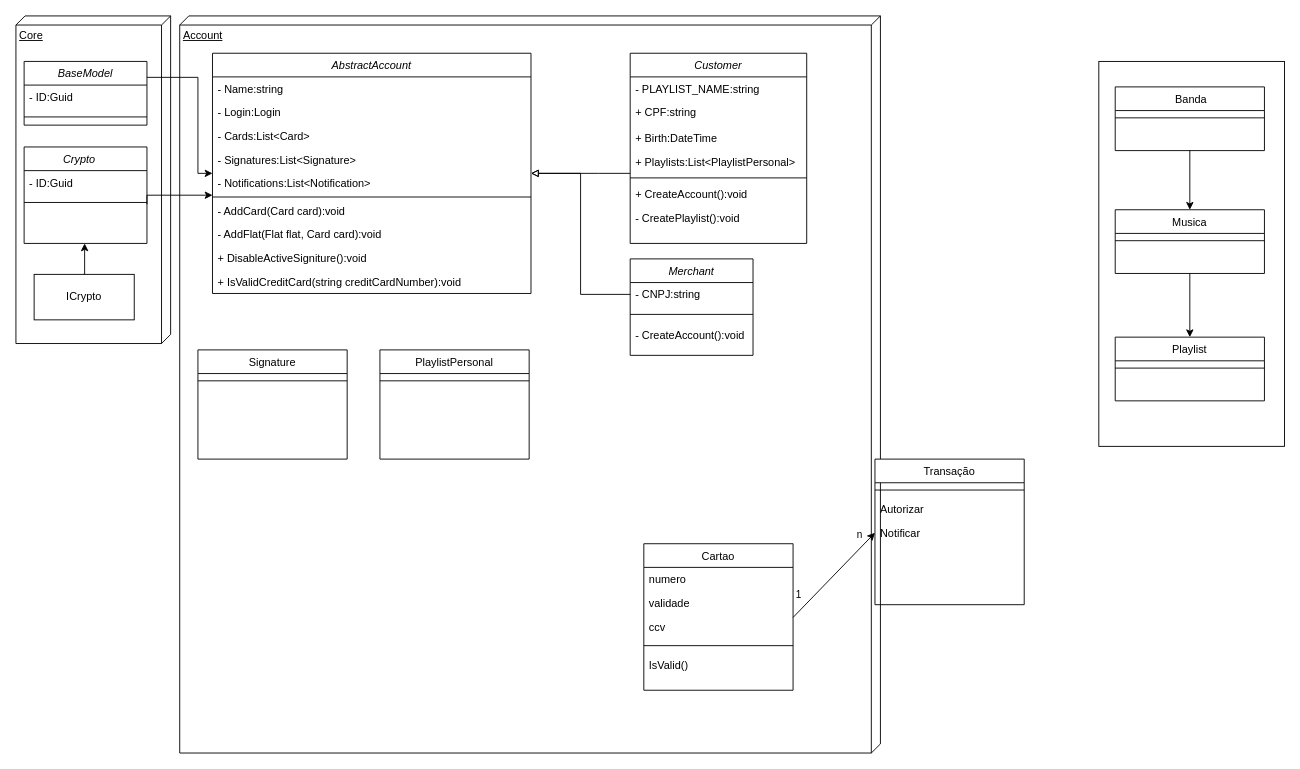
This is Class_Diagram.drawio from alexfariakof/Infnet_Tecnologia_.NET_23E4_2, a draw.io file, before an edit. Source tidied: cells renumbered, new cells numbered last; positions are measured from the earlier drawing's top-left corner, leaving out a move shared by most shapes. Both pictures are drawn from the tidied source at 91%, with x=0, y=0 at pixel (15, 15).
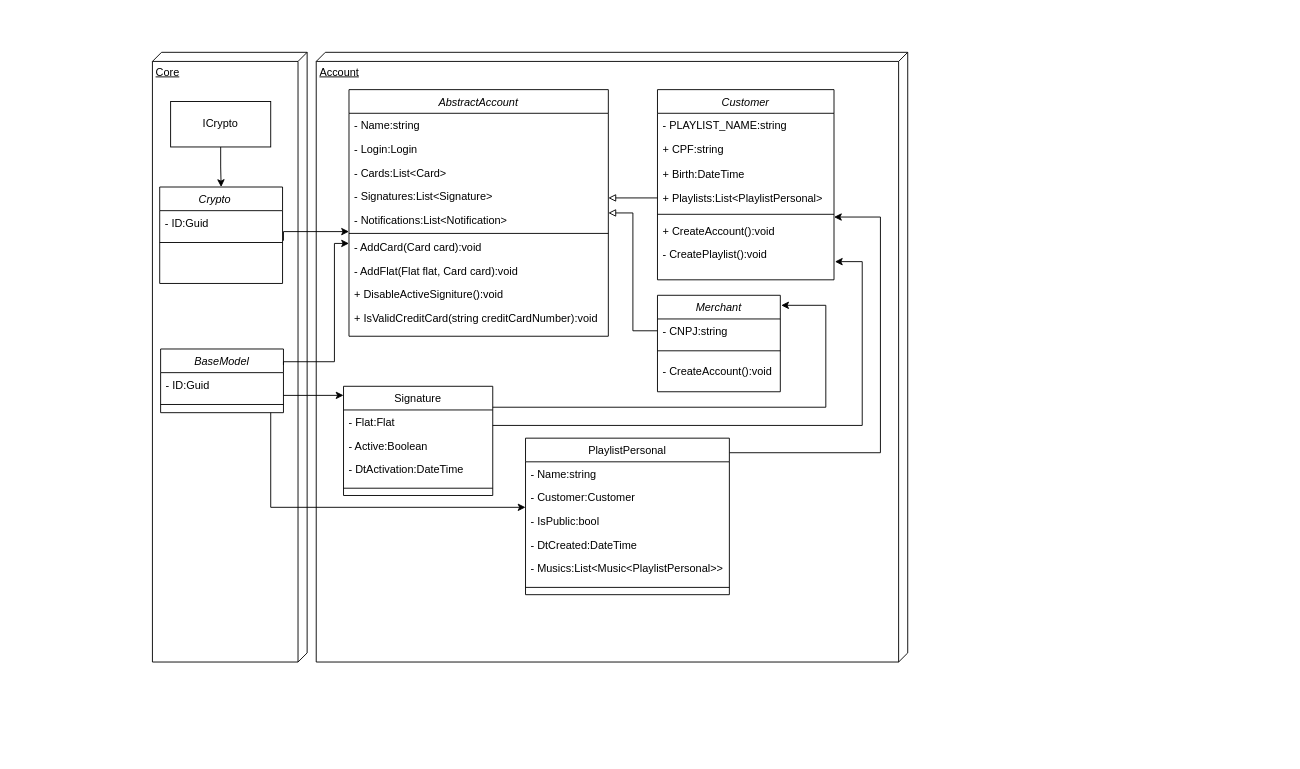
The same page after the edit.

The change refers to these unchanged cells:
```xml
<mxCell id="25" value="+ Playlists:List&lt;PlaylistPersonal&gt;" style="text;align=left;verticalAlign=top;spacingLeft=4;spacingRight=4;overflow=hidden;points=[[0,0.5],[1,0.5]];portConstraint=eastwest;rounded=0;shadow=0;html=0;" parent="21" vertex="1">
  <mxGeometry y="106" width="194" height="26" as="geometry" />
</mxCell>
<mxCell id="28" value="- CreatePlaylist():void" style="text;align=left;verticalAlign=top;spacingLeft=4;spacingRight=4;overflow=hidden;points=[[0,0.5],[1,0.5]];portConstraint=eastwest;rounded=0;shadow=0;html=0;" parent="21" vertex="1">
  <mxGeometry y="168" width="194" height="26" as="geometry" />
</mxCell>
```

Diff of the diagram source:
```diff
@@
     <mxCell id="2" value="Account&lt;br&gt;" style="verticalAlign=top;align=left;spacingTop=8;spacingLeft=2;spacingRight=12;shape=cube;size=10;direction=south;fontStyle=4;html=1;whiteSpace=wrap;" parent="1" vertex="1">
-      <mxGeometry x="180" width="770" height="810" as="geometry" />
+      <mxGeometry x="330" y="40" width="650" height="670" as="geometry" />
     </mxCell>
     <mxCell id="3" value="Core&lt;br&gt;" style="verticalAlign=top;align=left;spacingTop=8;spacingLeft=2;spacingRight=12;shape=cube;size=10;direction=south;fontStyle=4;html=1;whiteSpace=wrap;" parent="1" vertex="1">
-      <mxGeometry width="170" height="360" as="geometry" />
+      <mxGeometry x="150" y="40" width="170" height="670" as="geometry" />
     </mxCell>
     <mxCell id="4" value="AbstractAccount" style="swimlane;fontStyle=2;align=center;verticalAlign=top;horizontal=1;startSize=26;rounded=0;shadow=0;strokeWidth=1;labelBackgroundColor=default;" parent="1" vertex="1">
-      <mxGeometry x="216" y="41" width="350" height="264" as="geometry" />
+      <mxGeometry x="366" y="81" width="285" height="271" as="geometry" />
     </mxCell>
     <mxCell id="5" value="- Name:string" style="text;align=left;verticalAlign=top;spacingLeft=4;spacingRight=4;overflow=hidden;rounded=0;shadow=0;html=0;" parent="4" vertex="1">
-      <mxGeometry y="26" width="350" height="26" as="geometry" />
+      <mxGeometry y="26" width="285" height="26" as="geometry" />
     </mxCell>
     <mxCell id="6" value="- Login:Login" style="text;align=left;verticalAlign=top;spacingLeft=4;spacingRight=4;overflow=hidden;" parent="4" vertex="1">
-      <mxGeometry y="52" width="350" height="26" as="geometry" />
+      <mxGeometry y="52" width="285" height="26" as="geometry" />
     </mxCell>
     <mxCell id="7" value="- Cards:List&lt;Card&gt;" style="text;align=left;verticalAlign=top;spacingLeft=4;spacingRight=4;overflow=hidden;" parent="4" vertex="1">
-      <mxGeometry y="78" width="350" height="26" as="geometry" />
+      <mxGeometry y="78" width="285" height="26" as="geometry" />
     </mxCell>
     <mxCell id="8" value="- Signatures:List&lt;Signature&gt;" style="text;align=left;verticalAlign=top;spacingLeft=4;spacingRight=4;overflow=hidden;" parent="4" vertex="1">
-      <mxGeometry y="104" width="350" height="26" as="geometry" />
+      <mxGeometry y="104" width="285" height="26" as="geometry" />
     </mxCell>
     <mxCell id="9" value="- Notifications:List&lt;Notification&gt;" style="text;align=left;verticalAlign=top;spacingLeft=4;spacingRight=4;overflow=hidden;" parent="4" vertex="1">
-      <mxGeometry y="130" width="350" height="26" as="geometry" />
+      <mxGeometry y="130" width="285" height="26" as="geometry" />
     </mxCell>
     <mxCell id="10" style="line;html=1;strokeWidth=1;align=left;verticalAlign=middle;spacingTop=-1;spacingLeft=3;spacingRight=3;labelPosition=right;" parent="4" vertex="1">
-      <mxGeometry y="156" width="350" height="4" as="geometry" />
+      <mxGeometry y="156" width="285" height="4" as="geometry" />
     </mxCell>
     <mxCell id="11" value="- AddCard(Card card):void " style="text;align=left;verticalAlign=top;spacingLeft=4;spacingRight=4;overflow=hidden;" parent="4" vertex="1">
-      <mxGeometry y="160" width="350" height="26" as="geometry" />
+      <mxGeometry y="160" width="285" height="26" as="geometry" />
     </mxCell>
     <mxCell id="12" value="- AddFlat(Flat flat, Card card):void " style="text;align=left;verticalAlign=top;spacingLeft=4;spacingRight=4;overflow=hidden;" parent="4" vertex="1">
-      <mxGeometry y="186" width="350" height="26" as="geometry" />
+      <mxGeometry y="186" width="285" height="26" as="geometry" />
     </mxCell>
     <mxCell id="13" value="+ DisableActiveSigniture():void " style="text;align=left;verticalAlign=top;spacingLeft=4;spacingRight=4;overflow=hidden;" parent="4" vertex="1">
-      <mxGeometry y="212" width="350" height="26" as="geometry" />
+      <mxGeometry y="212" width="285" height="26" as="geometry" />
     </mxCell>
     <mxCell id="14" value="+ IsValidCreditCard(string creditCardNumber):void" style="text;align=left;verticalAlign=top;spacingLeft=4;spacingRight=4;overflow=hidden;" parent="4" vertex="1">
-      <mxGeometry y="238" width="350" height="26" as="geometry" />
+      <mxGeometry y="238" width="285" height="26" as="geometry" />
     </mxCell>
-    <mxCell id="15" value="Cartao&#10;" style="swimlane;fontStyle=0;align=center;verticalAlign=top;horizontal=1;startSize=26;rounded=0;shadow=0;strokeWidth=1;" parent="1" vertex="1">
-      <mxGeometry x="690" y="580" width="164" height="161" as="geometry" />
-    </mxCell>
-    <mxCell id="16" value="numero&#10;" style="text;align=left;verticalAlign=top;spacingLeft=4;spacingRight=4;overflow=hidden;" parent="15" vertex="1">
-      <mxGeometry y="26" width="164" height="26" as="geometry" />
-    </mxCell>
-    <mxCell id="17" value="validade&#10;" style="text;align=left;verticalAlign=top;spacingLeft=4;spacingRight=4;overflow=hidden;points=[[0,0.5],[1,0.5]];portConstraint=eastwest;" parent="15" vertex="1">
-      <mxGeometry y="52" width="164" height="26" as="geometry" />
-    </mxCell>
-    <mxCell id="18" value="ccv&#10;" style="text;align=left;verticalAlign=top;spacingLeft=4;spacingRight=4;overflow=hidden;" parent="15" vertex="1">
-      <mxGeometry y="78" width="164" height="26" as="geometry" />
-    </mxCell>
-    <mxCell id="19" style="line;html=1;strokeWidth=1;align=left;verticalAlign=middle;spacingTop=-1;spacingLeft=3;spacingRight=3;labelPosition=right;" parent="15" vertex="1">
-      <mxGeometry y="104" width="164" height="16" as="geometry" />
-    </mxCell>
-    <mxCell id="20" value="IsValid()" style="text;align=left;verticalAlign=top;spacingLeft=4;spacingRight=4;overflow=hidden;" parent="15" vertex="1">
-      <mxGeometry y="120" width="164" height="26" as="geometry" />
-    </mxCell>
     <mxCell id="21" value="Customer" style="swimlane;fontStyle=2;align=center;verticalAlign=top;horizontal=1;startSize=26;rounded=0;shadow=0;strokeWidth=1;labelBackgroundColor=default;" parent="1" vertex="1">
-      <mxGeometry x="675" y="41" width="194" height="209" as="geometry" />
+      <mxGeometry x="705" y="81" width="194" height="209" as="geometry" />
     </mxCell>
@@
-    <mxCell id="29" value="Transação" style="swimlane;fontStyle=0;align=center;verticalAlign=top;horizontal=1;startSize=26;rounded=0;shadow=0;strokeWidth=1;" parent="1" vertex="1">
-      <mxGeometry x="944" y="487" width="164" height="160" as="geometry" />
-    </mxCell>
-    <mxCell id="30" style="line;html=1;strokeWidth=1;align=left;verticalAlign=middle;spacingTop=-1;spacingLeft=3;spacingRight=3;labelPosition=right;" parent="29" vertex="1">
-      <mxGeometry y="26" width="164" height="16" as="geometry" />
-    </mxCell>
-    <mxCell id="31" value="Autorizar&#10;" style="text;align=left;verticalAlign=top;spacingLeft=4;spacingRight=4;overflow=hidden;" parent="29" vertex="1">
-      <mxGeometry y="42" width="164" height="26" as="geometry" />
-    </mxCell>
-    <mxCell id="32" value="Notificar" style="text;align=left;verticalAlign=top;spacingLeft=4;spacingRight=4;overflow=hidden;points=[[0,0.5],[1,0.5]];portConstraint=eastwest;" parent="29" vertex="1">
-      <mxGeometry y="68" width="164" height="26" as="geometry" />
-    </mxCell>
-    <mxCell id="33" style="rounded=0;jettySize=auto;html=1;exitX=1;exitY=1.115;exitDx=0;exitDy=0;entryX=0;entryY=0.5;entryDx=0;entryDy=0;exitPerimeter=0;" parent="1" edge="1" source="17" target="32">
-      <mxGeometry relative="1" as="geometry" />
-    </mxCell>
-    <mxCell id="34" value="1" style="edgeLabel;html=1;align=center;verticalAlign=middle;" parent="33" vertex="1">
-      <mxGeometry x="-0.65" relative="1" as="geometry">
-        <mxPoint x="-10" y="-9" as="offset" />
-      </mxGeometry>
-    </mxCell>
-    <mxCell id="35" value="n" style="edgeLabel;html=1;align=center;verticalAlign=middle;" parent="33" vertex="1">
-      <mxGeometry x="0.8" y="-1" relative="1" as="geometry">
-        <mxPoint x="-9" y="-9" as="offset" />
-      </mxGeometry>
-    </mxCell>
     <mxCell id="36" value="Signature" style="swimlane;fontStyle=0;align=center;verticalAlign=top;horizontal=1;startSize=26;rounded=0;shadow=0;strokeWidth=1;" parent="1" vertex="1">
-      <mxGeometry x="200" y="367" width="164" height="120" as="geometry" />
+      <mxGeometry x="360" y="407" width="164" height="120" as="geometry" />
     </mxCell>
+    <mxCell id="66" value="- Flat:Flat" style="text;align=left;verticalAlign=top;spacingLeft=4;spacingRight=4;overflow=hidden;" parent="36" vertex="1">
+      <mxGeometry y="26" width="164" height="26" as="geometry" />
+    </mxCell>
+    <mxCell id="67" value="- Active:Boolean" style="text;align=left;verticalAlign=top;spacingLeft=4;spacingRight=4;overflow=hidden;" parent="36" vertex="1">
+      <mxGeometry y="52" width="164" height="26" as="geometry" />
+    </mxCell>
+    <mxCell id="68" value="- DtActivation:DateTime" style="text;align=left;verticalAlign=top;spacingLeft=4;spacingRight=4;overflow=hidden;" parent="36" vertex="1">
+      <mxGeometry y="78" width="164" height="26" as="geometry" />
+    </mxCell>
     <mxCell id="37" style="line;html=1;strokeWidth=1;align=left;verticalAlign=middle;spacingTop=-1;spacingLeft=3;spacingRight=3;labelPosition=right;" parent="36" vertex="1">
-      <mxGeometry y="26" width="164" height="16" as="geometry" />
+      <mxGeometry y="104" width="164" height="16" as="geometry" />
     </mxCell>
@@
     <mxCell id="39" value="Merchant" style="swimlane;fontStyle=2;align=center;verticalAlign=top;horizontal=1;startSize=26;rounded=0;shadow=0;strokeWidth=1;labelBackgroundColor=default;" parent="1" vertex="1">
-      <mxGeometry x="675" y="267" width="135" height="106" as="geometry" />
+      <mxGeometry x="705" y="307" width="135" height="106" as="geometry" />
     </mxCell>
@@
-    <mxCell id="43" style="rounded=0;whiteSpace=wrap;html=1;" parent="1" vertex="1">
-      <mxGeometry x="1190" y="50" width="204" height="423" as="geometry" />
-    </mxCell>
-    <mxCell id="44" style="edgeStyle=orthogonalEdgeStyle;rounded=0;jettySize=auto;html=1;entryX=0.5;entryY=0;entryDx=0;entryDy=0;" parent="1" edge="1" source="45" target="48">
-      <mxGeometry relative="1" as="geometry" />
-    </mxCell>
-    <mxCell id="45" value=" Banda" style="swimlane;fontStyle=0;align=center;verticalAlign=top;horizontal=1;startSize=26;rounded=0;shadow=0;strokeWidth=1;" parent="1" vertex="1">
-      <mxGeometry x="1208" y="78" width="164" height="70" as="geometry" />
-    </mxCell>
-    <mxCell id="46" style="line;html=1;strokeWidth=1;align=left;verticalAlign=middle;spacingTop=-1;spacingLeft=3;spacingRight=3;labelPosition=right;" parent="45" vertex="1">
-      <mxGeometry y="26" width="164" height="16" as="geometry" />
-    </mxCell>
-    <mxCell id="47" style="edgeStyle=orthogonalEdgeStyle;rounded=0;jettySize=auto;html=1;exitX=0.5;exitY=1;exitDx=0;exitDy=0;" parent="1" edge="1" source="48" target="50">
-      <mxGeometry relative="1" as="geometry" />
-    </mxCell>
-    <mxCell id="48" value="Musica" style="swimlane;fontStyle=0;align=center;verticalAlign=top;horizontal=1;startSize=26;rounded=0;shadow=0;strokeWidth=1;" parent="1" vertex="1">
-      <mxGeometry x="1208" y="213" width="164" height="70" as="geometry" />
-    </mxCell>
-    <mxCell id="49" style="line;html=1;strokeWidth=1;align=left;verticalAlign=middle;spacingTop=-1;spacingLeft=3;spacingRight=3;labelPosition=right;" parent="48" vertex="1">
-      <mxGeometry y="26" width="164" height="16" as="geometry" />
-    </mxCell>
-    <mxCell id="50" value="Playlist&#10;" style="swimlane;fontStyle=0;align=center;verticalAlign=top;horizontal=1;startSize=26;rounded=0;shadow=0;strokeWidth=1;" parent="1" vertex="1">
-      <mxGeometry x="1208" y="353" width="164" height="70" as="geometry" />
-    </mxCell>
-    <mxCell id="51" style="line;html=1;strokeWidth=1;align=left;verticalAlign=middle;spacingTop=-1;spacingLeft=3;spacingRight=3;labelPosition=right;" parent="50" vertex="1">
-      <mxGeometry y="26" width="164" height="16" as="geometry" />
-    </mxCell>
     <mxCell id="52" value="Crypto    " style="swimlane;fontStyle=2;align=center;verticalAlign=top;horizontal=1;startSize=26;rounded=0;shadow=0;strokeWidth=1;labelBackgroundColor=default;" parent="1" vertex="1">
-      <mxGeometry x="9" y="144" width="135" height="106" as="geometry" />
+      <mxGeometry x="158" y="188" width="135" height="106" as="geometry" />
     </mxCell>
@@
-    <mxCell id="55" style="edgeStyle=orthogonalEdgeStyle;rounded=0;orthogonalLoop=1;jettySize=auto;html=1;entryX=0.5;entryY=1;entryDx=0;entryDy=0;" parent="1" edge="1">
-      <mxGeometry relative="1" as="geometry">
-        <mxPoint x="74" y="284" as="sourcePoint" />
-        <mxPoint x="75.5" y="250" as="targetPoint" />
-      </mxGeometry>
-    </mxCell>
+    <mxCell id="69" style="edgeStyle=orthogonalEdgeStyle;rounded=0;jettySize=auto;html=1;entryX=0.5;entryY=0;entryDx=0;entryDy=0;" parent="1" edge="1" source="56" target="52">
+      <mxGeometry relative="1" as="geometry" />
+    </mxCell>
     <mxCell id="56" value="ICrypto" style="html=1;whiteSpace=wrap;" parent="1" vertex="1">
-      <mxGeometry x="20" y="284" width="110" height="50" as="geometry" />
+      <mxGeometry x="170" y="94" width="110" height="50" as="geometry" />
     </mxCell>
     <mxCell id="57" value="BaseModel" style="swimlane;fontStyle=2;align=center;verticalAlign=top;horizontal=1;startSize=26;rounded=0;shadow=0;strokeWidth=1;labelBackgroundColor=default;" parent="1" vertex="1">
-      <mxGeometry x="9" y="50" width="135" height="70" as="geometry" />
+      <mxGeometry x="159" y="366" width="135" height="70" as="geometry" />
     </mxCell>
@@
+    <mxCell id="70" style="edgeStyle=orthogonalEdgeStyle;rounded=0;jettySize=auto;html=1;" parent="1" edge="1" source="60" target="21">
+      <mxGeometry relative="1" as="geometry">
+        <Array as="points">
+          <mxPoint x="950" y="480" />
+          <mxPoint x="950" y="221" />
+        </Array>
+      </mxGeometry>
+    </mxCell>
     <mxCell id="60" value="PlaylistPersonal" style="swimlane;fontStyle=0;align=center;verticalAlign=top;horizontal=1;startSize=26;rounded=0;shadow=0;strokeWidth=1;" parent="1" vertex="1">
-      <mxGeometry x="400" y="367" width="164" height="120" as="geometry" />
+      <mxGeometry x="560" y="464" width="224" height="172" as="geometry" />
     </mxCell>
+    <mxCell id="71" value="- Name:string" style="text;align=left;verticalAlign=top;spacingLeft=4;spacingRight=4;overflow=hidden;" parent="60" vertex="1">
+      <mxGeometry y="26" width="224" height="26" as="geometry" />
+    </mxCell>
+    <mxCell id="72" value="- Customer:Customer" style="text;align=left;verticalAlign=top;spacingLeft=4;spacingRight=4;overflow=hidden;" parent="60" vertex="1">
+      <mxGeometry y="52" width="224" height="26" as="geometry" />
+    </mxCell>
+    <mxCell id="73" value="- IsPublic:bool" style="text;align=left;verticalAlign=top;spacingLeft=4;spacingRight=4;overflow=hidden;" parent="60" vertex="1">
+      <mxGeometry y="78" width="224" height="26" as="geometry" />
+    </mxCell>
+    <mxCell id="74" value="- DtCreated:DateTime" style="text;align=left;verticalAlign=top;spacingLeft=4;spacingRight=4;overflow=hidden;" parent="60" vertex="1">
+      <mxGeometry y="104" width="224" height="26" as="geometry" />
+    </mxCell>
+    <mxCell id="75" value="- Musics:List&lt;Music&lt;PlaylistPersonal&gt;&gt;" style="text;align=left;verticalAlign=top;spacingLeft=4;spacingRight=4;overflow=hidden;" parent="60" vertex="1">
+      <mxGeometry y="130" width="224" height="26" as="geometry" />
+    </mxCell>
     <mxCell id="61" style="line;html=1;strokeWidth=1;align=left;verticalAlign=middle;spacingTop=-1;spacingLeft=3;spacingRight=3;labelPosition=right;" parent="60" vertex="1">
-      <mxGeometry y="26" width="164" height="16" as="geometry" />
+      <mxGeometry y="156" width="224" height="16" as="geometry" />
     </mxCell>
     <mxCell id="62" style="edgeStyle=orthogonalEdgeStyle;rounded=0;jettySize=auto;html=1;endArrow=block;endFill=0;" parent="1" edge="1" source="25" target="4">
       <mxGeometry relative="1" as="geometry">
         <Array as="points">
-          <mxPoint x="640" y="173" />
-          <mxPoint x="640" y="173" />
+          <mxPoint x="790" y="213" />
+          <mxPoint x="790" y="213" />
         </Array>
       </mxGeometry>
     </mxCell>
@@
     <mxCell id="64" style="edgeStyle=orthogonalEdgeStyle;rounded=0;jettySize=auto;html=1;exitX=1;exitY=0.25;exitDx=0;exitDy=0;" parent="1" edge="1" source="57" target="4">
       <mxGeometry relative="1" as="geometry">
         <Array as="points">
-          <mxPoint x="200" y="68" />
-          <mxPoint x="200" y="173" />
+          <mxPoint x="294" y="380" />
+          <mxPoint x="350" y="380" />
+          <mxPoint x="350" y="250" />
         </Array>
       </mxGeometry>
     </mxCell>
     <mxCell id="65" style="edgeStyle=orthogonalEdgeStyle;rounded=0;orthogonalLoop=1;jettySize=auto;html=1;" parent="1" edge="1">
       <mxGeometry relative="1" as="geometry">
-        <mxPoint x="144" y="207" as="sourcePoint" />
-        <mxPoint x="216" y="197" as="targetPoint" />
+        <mxPoint x="294" y="247" as="sourcePoint" />
+        <mxPoint x="366" y="237" as="targetPoint" />
         <Array as="points">
-          <mxPoint x="144" y="197" />
+          <mxPoint x="294" y="237" />
         </Array>
       </mxGeometry>
     </mxCell>
+    <mxCell id="76" style="edgeStyle=orthogonalEdgeStyle;rounded=0;jettySize=auto;html=1;entryX=1.005;entryY=0.808;entryDx=0;entryDy=0;entryPerimeter=0;" parent="1" edge="1" source="36" target="28">
+      <mxGeometry relative="1" as="geometry">
+        <Array as="points">
+          <mxPoint x="930" y="450" />
+          <mxPoint x="930" y="270" />
+        </Array>
+      </mxGeometry>
+    </mxCell>
+    <mxCell id="77" style="edgeStyle=orthogonalEdgeStyle;rounded=0;jettySize=auto;html=1;entryX=1.007;entryY=0.104;entryDx=0;entryDy=0;entryPerimeter=0;" parent="1" edge="1" source="36" target="39">
+      <mxGeometry relative="1" as="geometry">
+        <Array as="points">
+          <mxPoint x="890" y="430" />
+          <mxPoint x="890" y="318" />
+        </Array>
+      </mxGeometry>
+    </mxCell>
+    <mxCell id="78" style="edgeStyle=orthogonalEdgeStyle;rounded=0;jettySize=auto;html=1;entryX=0;entryY=0.083;entryDx=0;entryDy=0;entryPerimeter=0;" parent="1" edge="1" source="57" target="36">
+      <mxGeometry relative="1" as="geometry">
+        <Array as="points">
+          <mxPoint x="320" y="417" />
+          <mxPoint x="320" y="417" />
+        </Array>
+      </mxGeometry>
+    </mxCell>
+    <mxCell id="79" style="edgeStyle=orthogonalEdgeStyle;rounded=0;jettySize=auto;html=1;" parent="1" edge="1" source="57" target="60">
+      <mxGeometry relative="1" as="geometry">
+        <Array as="points">
+          <mxPoint x="280" y="540" />
+        </Array>
+      </mxGeometry>
+    </mxCell>
```
